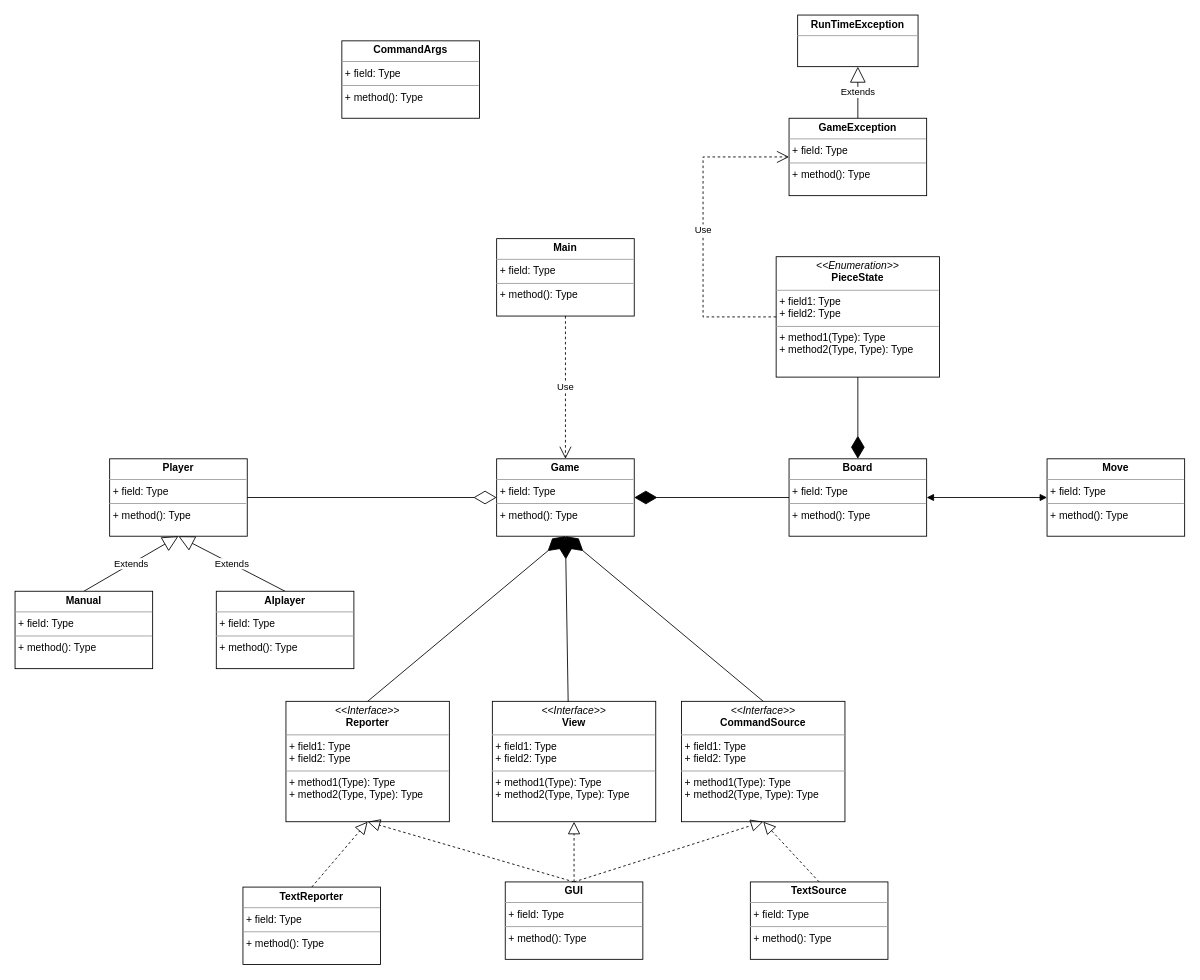
1102131860/CPT204 keeps this draw.io diagram as CPT204_UML.drawio. Above is the earlier version. Source tidied: cells renumbered, new cells numbered last; positions are measured from the earlier drawing's top-left corner, leaving out a move shared by most shapes. Both pictures are drawn from the tidied source at 86%, with x=0, y=0 at pixel (15, 15).
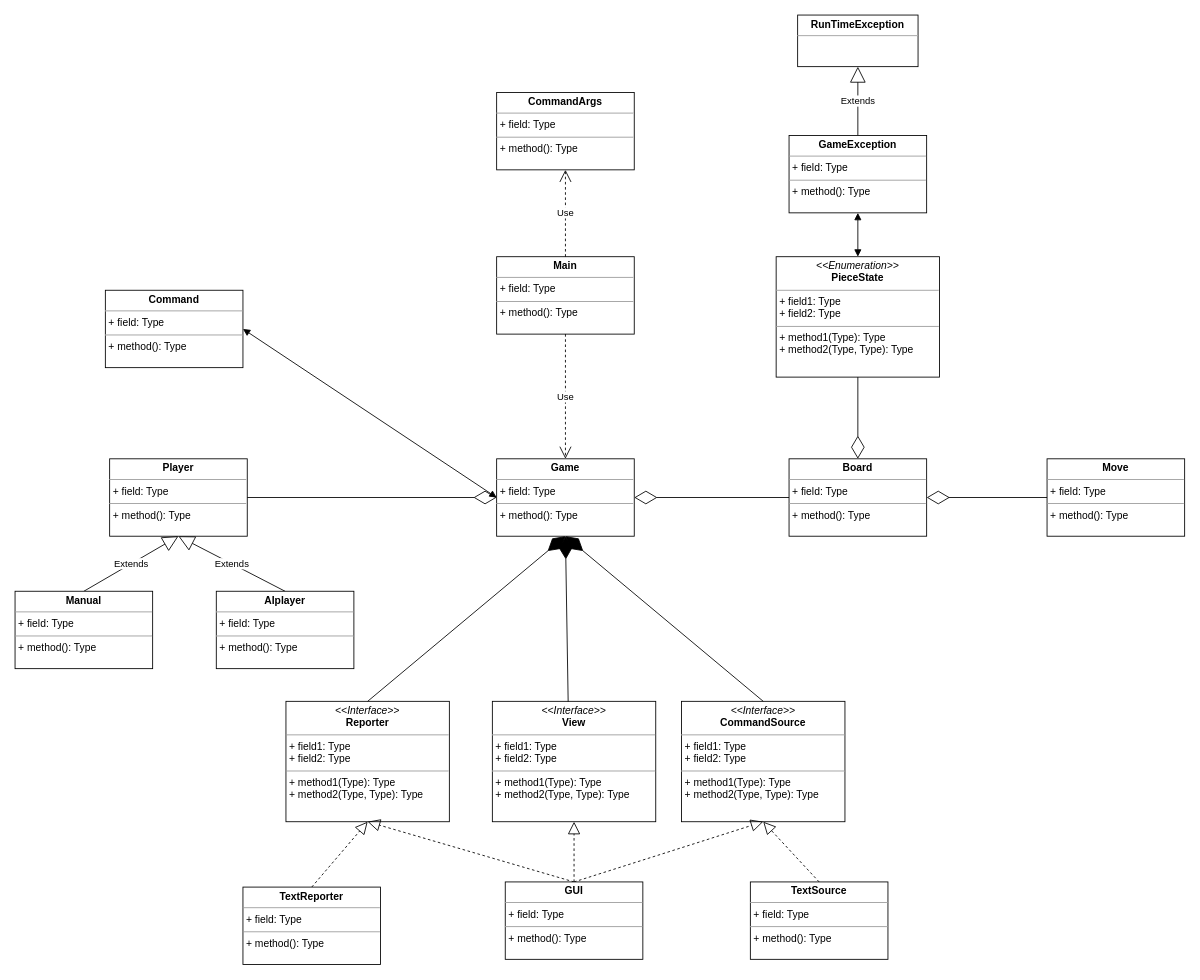
The same page after the edit.

The change refers to these unchanged cells:
```xml
<mxCell id="3" value="&lt;p style=&quot;margin:0px;margin-top:4px;text-align:center;&quot;&gt;&lt;i&gt;&amp;lt;&amp;lt;Enumeration&amp;gt;&amp;gt;&lt;/i&gt;&lt;br&gt;&lt;b&gt;PieceState&lt;/b&gt;&lt;/p&gt;&lt;hr size=&quot;1&quot;&gt;&lt;p style=&quot;margin:0px;margin-left:4px;&quot;&gt;+ field1: Type&lt;br&gt;+ field2: Type&lt;/p&gt;&lt;hr size=&quot;1&quot;&gt;&lt;p style=&quot;margin:0px;margin-left:4px;&quot;&gt;+ method1(Type): Type&lt;br&gt;+ method2(Type, Type): Type&lt;/p&gt;" style="verticalAlign=top;align=left;overflow=fill;fontSize=12;fontFamily=Helvetica;html=1;whiteSpace=wrap;" parent="1" vertex="1">
  <mxGeometry x="885" y="281" width="190" height="140" as="geometry" />
</mxCell>
<mxCell id="9" value="&lt;p style=&quot;margin:0px;margin-top:4px;text-align:center;&quot;&gt;&lt;b&gt;Player&lt;/b&gt;&lt;/p&gt;&lt;hr size=&quot;1&quot;&gt;&lt;p style=&quot;margin:0px;margin-left:4px;&quot;&gt;+ field: Type&lt;/p&gt;&lt;hr size=&quot;1&quot;&gt;&lt;p style=&quot;margin:0px;margin-left:4px;&quot;&gt;+ method(): Type&lt;/p&gt;" style="verticalAlign=top;align=left;overflow=fill;fontSize=12;fontFamily=Helvetica;html=1;whiteSpace=wrap;" parent="1" vertex="1">
  <mxGeometry x="110" y="516" width="160" height="90" as="geometry" />
</mxCell>
<mxCell id="22" value="&lt;p style=&quot;margin:0px;margin-top:4px;text-align:center;&quot;&gt;&lt;b&gt;Game&lt;/b&gt;&lt;/p&gt;&lt;hr size=&quot;1&quot;&gt;&lt;p style=&quot;margin:0px;margin-left:4px;&quot;&gt;+ field: Type&lt;/p&gt;&lt;hr size=&quot;1&quot;&gt;&lt;p style=&quot;margin:0px;margin-left:4px;&quot;&gt;+ method(): Type&lt;/p&gt;" style="verticalAlign=top;align=left;overflow=fill;fontSize=12;fontFamily=Helvetica;html=1;whiteSpace=wrap;" parent="1" vertex="1">
  <mxGeometry x="560" y="516" width="160" height="90" as="geometry" />
</mxCell>
<mxCell id="23" value="&lt;p style=&quot;margin:0px;margin-top:4px;text-align:center;&quot;&gt;&lt;b&gt;Board&lt;/b&gt;&lt;/p&gt;&lt;hr size=&quot;1&quot;&gt;&lt;p style=&quot;margin:0px;margin-left:4px;&quot;&gt;+ field: Type&lt;/p&gt;&lt;hr size=&quot;1&quot;&gt;&lt;p style=&quot;margin:0px;margin-left:4px;&quot;&gt;+ method(): Type&lt;/p&gt;" style="verticalAlign=top;align=left;overflow=fill;fontSize=12;fontFamily=Helvetica;html=1;whiteSpace=wrap;" parent="1" vertex="1">
  <mxGeometry x="900" y="516" width="160" height="90" as="geometry" />
</mxCell>
<mxCell id="27" value="&lt;p style=&quot;margin:0px;margin-top:4px;text-align:center;&quot;&gt;&lt;b&gt;Move&lt;/b&gt;&lt;/p&gt;&lt;hr size=&quot;1&quot;&gt;&lt;p style=&quot;margin:0px;margin-left:4px;&quot;&gt;+ field: Type&lt;/p&gt;&lt;hr size=&quot;1&quot;&gt;&lt;p style=&quot;margin:0px;margin-left:4px;&quot;&gt;+ method(): Type&lt;/p&gt;" style="verticalAlign=top;align=left;overflow=fill;fontSize=12;fontFamily=Helvetica;html=1;whiteSpace=wrap;" parent="1" vertex="1">
  <mxGeometry x="1200" y="516" width="160" height="90" as="geometry" />
</mxCell>
```

Diff of the diagram source:
```diff
@@
     <mxCell id="19" value="&lt;p style=&quot;margin:0px;margin-top:4px;text-align:center;&quot;&gt;&lt;b&gt;GameException&lt;/b&gt;&lt;/p&gt;&lt;hr size=&quot;1&quot;&gt;&lt;p style=&quot;margin:0px;margin-left:4px;&quot;&gt;+ field: Type&lt;/p&gt;&lt;hr size=&quot;1&quot;&gt;&lt;p style=&quot;margin:0px;margin-left:4px;&quot;&gt;+ method(): Type&lt;/p&gt;" style="verticalAlign=top;align=left;overflow=fill;fontSize=12;fontFamily=Helvetica;html=1;whiteSpace=wrap;" parent="1" vertex="1">
-      <mxGeometry x="900" y="120" width="160" height="90" as="geometry" />
+      <mxGeometry x="900" y="140" width="160" height="90" as="geometry" />
     </mxCell>
@@
     <mxCell id="24" value="&lt;p style=&quot;margin:0px;margin-top:4px;text-align:center;&quot;&gt;&lt;b&gt;Main&lt;/b&gt;&lt;/p&gt;&lt;hr size=&quot;1&quot;&gt;&lt;p style=&quot;margin:0px;margin-left:4px;&quot;&gt;+ field: Type&lt;/p&gt;&lt;hr size=&quot;1&quot;&gt;&lt;p style=&quot;margin:0px;margin-left:4px;&quot;&gt;+ method(): Type&lt;/p&gt;" style="verticalAlign=top;align=left;overflow=fill;fontSize=12;fontFamily=Helvetica;html=1;whiteSpace=wrap;" parent="1" vertex="1">
-      <mxGeometry x="560" y="260" width="160" height="90" as="geometry" />
+      <mxGeometry x="560" y="281" width="160" height="90" as="geometry" />
     </mxCell>
@@
-    <mxCell id="26" value="Use" style="endArrow=open;endSize=12;dashed=1;html=1;rounded=0;exitX=0;exitY=0.5;exitDx=0;exitDy=0;entryX=0;entryY=0.5;entryDx=0;entryDy=0;edgeStyle=orthogonalEdgeStyle;" parent="1" edge="1" source="3" target="19">
-      <mxGeometry relative="1" as="geometry">
-        <Array as="points">
-          <mxPoint x="800" y="351" />
-          <mxPoint x="800" y="165" />
-        </Array>
-      </mxGeometry>
-    </mxCell>
@@
-    <mxCell id="28" style="endArrow=block;startArrow=block;endFill=1;startFill=1;html=1;rounded=0;entryX=0;entryY=0.5;entryDx=0;entryDy=0;exitX=1;exitY=0.5;exitDx=0;exitDy=0;" parent="1" edge="1" source="23" target="27">
-      <mxGeometry relative="1" as="geometry" />
-    </mxCell>
-    <mxCell id="29" style="endArrow=diamondThin;endFill=0;endSize=24;html=1;rounded=0;entryX=0;entryY=0.5;entryDx=0;entryDy=0;exitX=1;exitY=0.5;exitDx=0;exitDy=0;" parent="1" edge="1" source="9" target="22">
-      <mxGeometry relative="1" as="geometry" />
-    </mxCell>
@@
+    <mxCell id="35" value="&lt;p style=&quot;margin:0px;margin-top:4px;text-align:center;&quot;&gt;&lt;b&gt;CommandArgs&lt;/b&gt;&lt;/p&gt;&lt;hr size=&quot;1&quot;&gt;&lt;p style=&quot;margin:0px;margin-left:4px;&quot;&gt;+ field: Type&lt;/p&gt;&lt;hr size=&quot;1&quot;&gt;&lt;p style=&quot;margin:0px;margin-left:4px;&quot;&gt;+ method(): Type&lt;/p&gt;" style="verticalAlign=top;align=left;overflow=fill;fontSize=12;fontFamily=Helvetica;html=1;whiteSpace=wrap;" parent="1" vertex="1">
+      <mxGeometry x="560" y="90" width="160" height="90" as="geometry" />
+    </mxCell>
+    <mxCell id="26" value="Use" style="endArrow=open;endSize=12;dashed=1;html=1;rounded=0;entryX=0.5;entryY=1;entryDx=0;entryDy=0;exitX=0.5;exitY=0;exitDx=0;exitDy=0;" parent="1" edge="1" source="24" target="35">
+      <mxGeometry relative="1" as="geometry" />
+    </mxCell>
+    <mxCell id="36" value="&lt;p style=&quot;margin:0px;margin-top:4px;text-align:center;&quot;&gt;&lt;b&gt;Command&lt;/b&gt;&lt;/p&gt;&lt;hr size=&quot;1&quot;&gt;&lt;p style=&quot;margin:0px;margin-left:4px;&quot;&gt;+ field: Type&lt;/p&gt;&lt;hr size=&quot;1&quot;&gt;&lt;p style=&quot;margin:0px;margin-left:4px;&quot;&gt;+ method(): Type&lt;/p&gt;" style="verticalAlign=top;align=left;overflow=fill;fontSize=12;fontFamily=Helvetica;html=1;whiteSpace=wrap;" parent="1" vertex="1">
+      <mxGeometry x="105" y="320" width="160" height="90" as="geometry" />
+    </mxCell>
+    <mxCell id="37" style="endArrow=block;startArrow=block;endFill=1;startFill=1;html=1;rounded=0;entryX=0;entryY=0.5;entryDx=0;entryDy=0;exitX=1;exitY=0.5;exitDx=0;exitDy=0;" parent="1" edge="1" source="36" target="22">
+      <mxGeometry relative="1" as="geometry" />
+    </mxCell>
-    <mxCell id="33" style="endArrow=diamondThin;endFill=1;endSize=24;html=1;rounded=0;exitX=0;exitY=0.5;exitDx=0;exitDy=0;entryX=1;entryY=0.5;entryDx=0;entryDy=0;" parent="1" edge="1" source="23" target="22">
+    <mxCell id="33" style="endArrow=diamondThin;endFill=0;endSize=24;html=1;rounded=0;entryX=1;entryY=0.5;entryDx=0;entryDy=0;exitX=0;exitY=0.5;exitDx=0;exitDy=0;" parent="1" edge="1" source="23" target="22">
       <mxGeometry relative="1" as="geometry" />
     </mxCell>
-    <mxCell id="34" style="endArrow=diamondThin;endFill=1;endSize=24;html=1;rounded=0;exitX=0.5;exitY=1;exitDx=0;exitDy=0;entryX=0.5;entryY=0;entryDx=0;entryDy=0;" parent="1" edge="1" source="3" target="23">
+    <mxCell id="34" style="endArrow=diamondThin;endFill=0;endSize=24;html=1;rounded=0;entryX=0.5;entryY=0;entryDx=0;entryDy=0;exitX=0.5;exitY=1;exitDx=0;exitDy=0;" parent="1" edge="1" source="3" target="23">
       <mxGeometry relative="1" as="geometry" />
     </mxCell>
-    <mxCell id="35" value="&lt;p style=&quot;margin:0px;margin-top:4px;text-align:center;&quot;&gt;&lt;b&gt;CommandArgs&lt;/b&gt;&lt;/p&gt;&lt;hr size=&quot;1&quot;&gt;&lt;p style=&quot;margin:0px;margin-left:4px;&quot;&gt;+ field: Type&lt;/p&gt;&lt;hr size=&quot;1&quot;&gt;&lt;p style=&quot;margin:0px;margin-left:4px;&quot;&gt;+ method(): Type&lt;/p&gt;" style="verticalAlign=top;align=left;overflow=fill;fontSize=12;fontFamily=Helvetica;html=1;whiteSpace=wrap;" parent="1" vertex="1">
-      <mxGeometry x="380" y="30" width="160" height="90" as="geometry" />
-    </mxCell>
+    <mxCell id="38" style="endArrow=diamondThin;endFill=0;endSize=24;html=1;rounded=0;entryX=1;entryY=0.5;entryDx=0;entryDy=0;exitX=0;exitY=0.5;exitDx=0;exitDy=0;" parent="1" edge="1" source="27" target="23">
+      <mxGeometry relative="1" as="geometry" />
+    </mxCell>
+    <mxCell id="29" style="endArrow=diamondThin;endFill=0;endSize=24;html=1;rounded=0;exitX=1;exitY=0.5;exitDx=0;exitDy=0;entryX=0;entryY=0.5;entryDx=0;entryDy=0;" parent="1" edge="1" source="9" target="22">
+      <mxGeometry relative="1" as="geometry" />
+    </mxCell>
+    <mxCell id="39" style="endArrow=block;startArrow=block;endFill=1;startFill=1;html=1;rounded=0;entryX=0.5;entryY=1;entryDx=0;entryDy=0;exitX=0.5;exitY=0;exitDx=0;exitDy=0;" parent="1" edge="1" source="3" target="19">
+      <mxGeometry relative="1" as="geometry" />
+    </mxCell>
```
